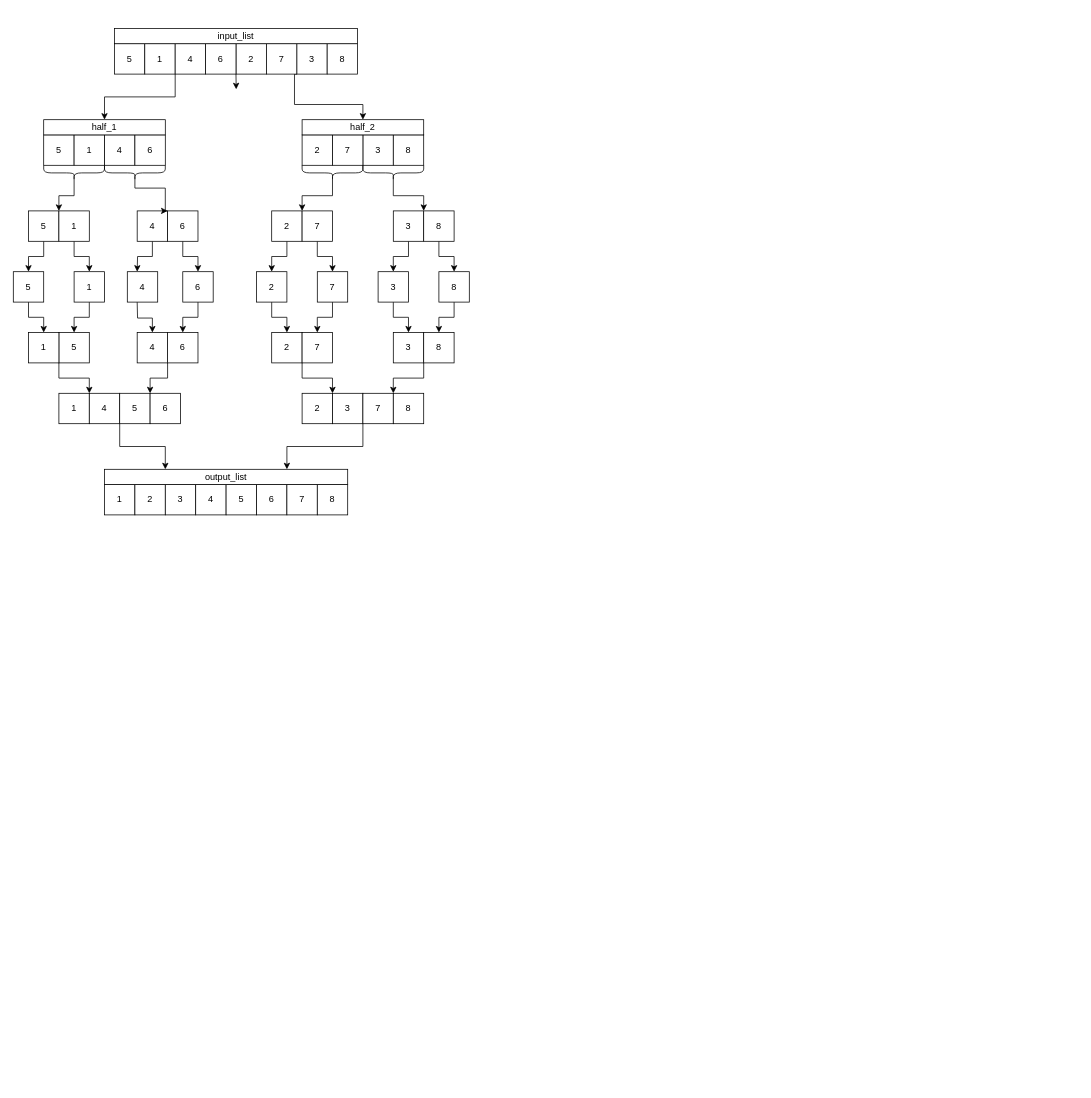
Above: mergeSort.drawio in mflkee/draw.io (draw.io), before the change. Source tidied: cells renumbered, new cells numbered last; positions are measured from the earlier drawing's top-left corner, leaving out a move shared by most shapes. Both pictures are drawn from the tidied source at 76%, with x=0, y=0 at pixel (13, 28).
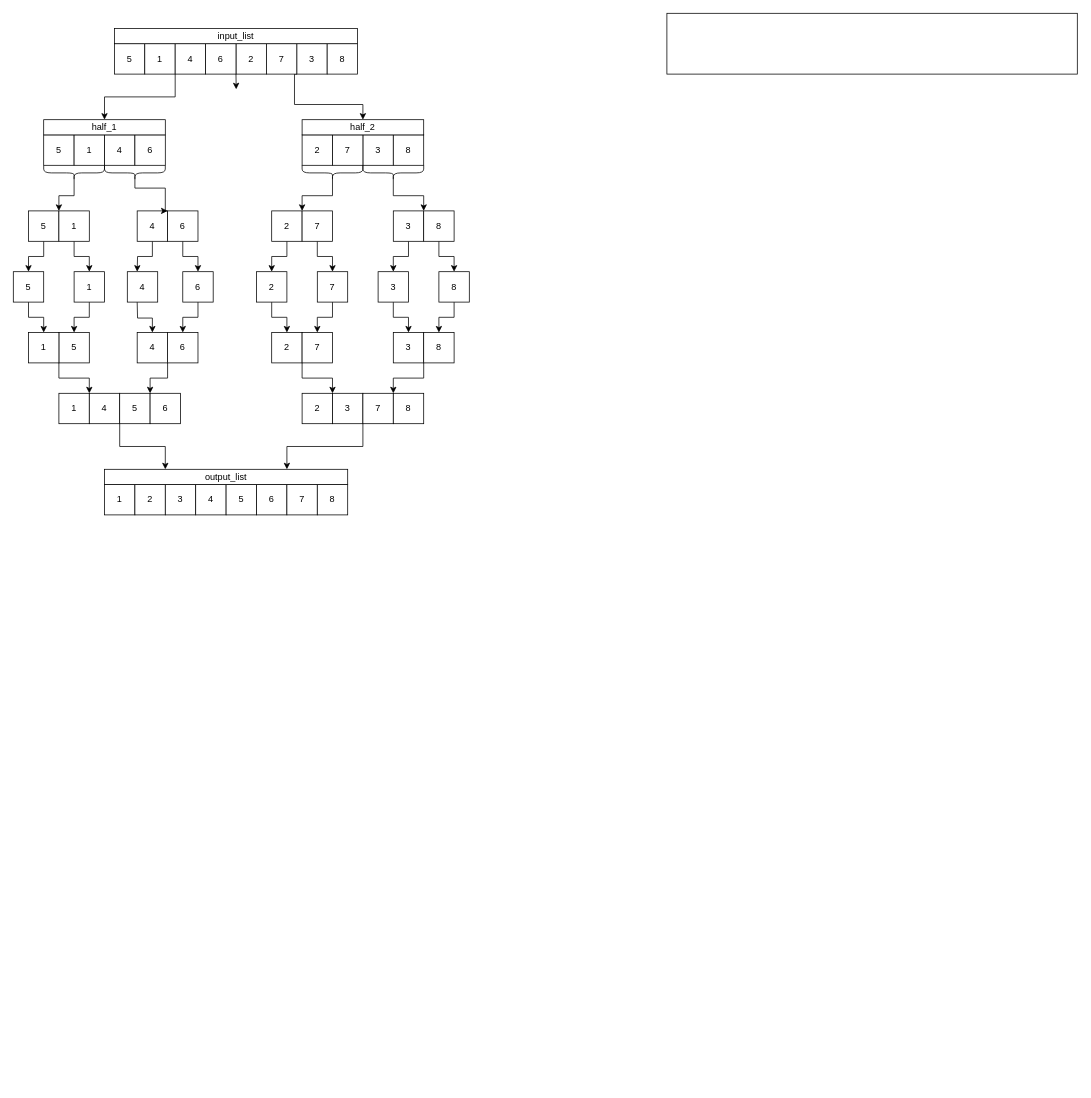
After the change.

Diff of the diagram source:
```diff
@@
+    <mxCell id="96" style="rounded=0;whiteSpace=wrap;html=1;" parent="1" vertex="1">
+      <mxGeometry x="860" y="-20" width="540" height="80" as="geometry" />
+    </mxCell>
```
